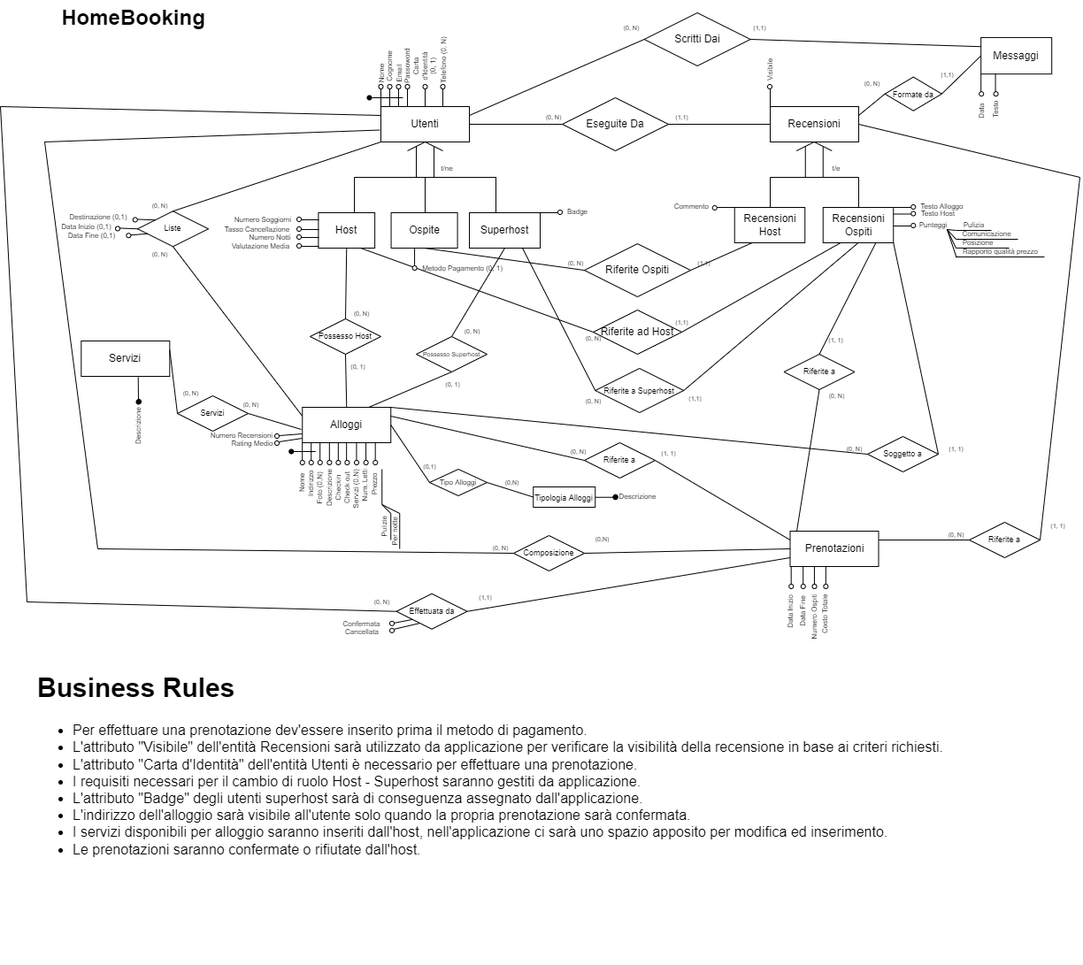
Before: HomeBooking.drawio.png, a diagram exported from draw.io (Giacca01/HomeBooking). Source tidied: cells renumbered, new cells last; positions are measured from the earlier drawing's top-left corner, leaving out a move shared by most shapes.
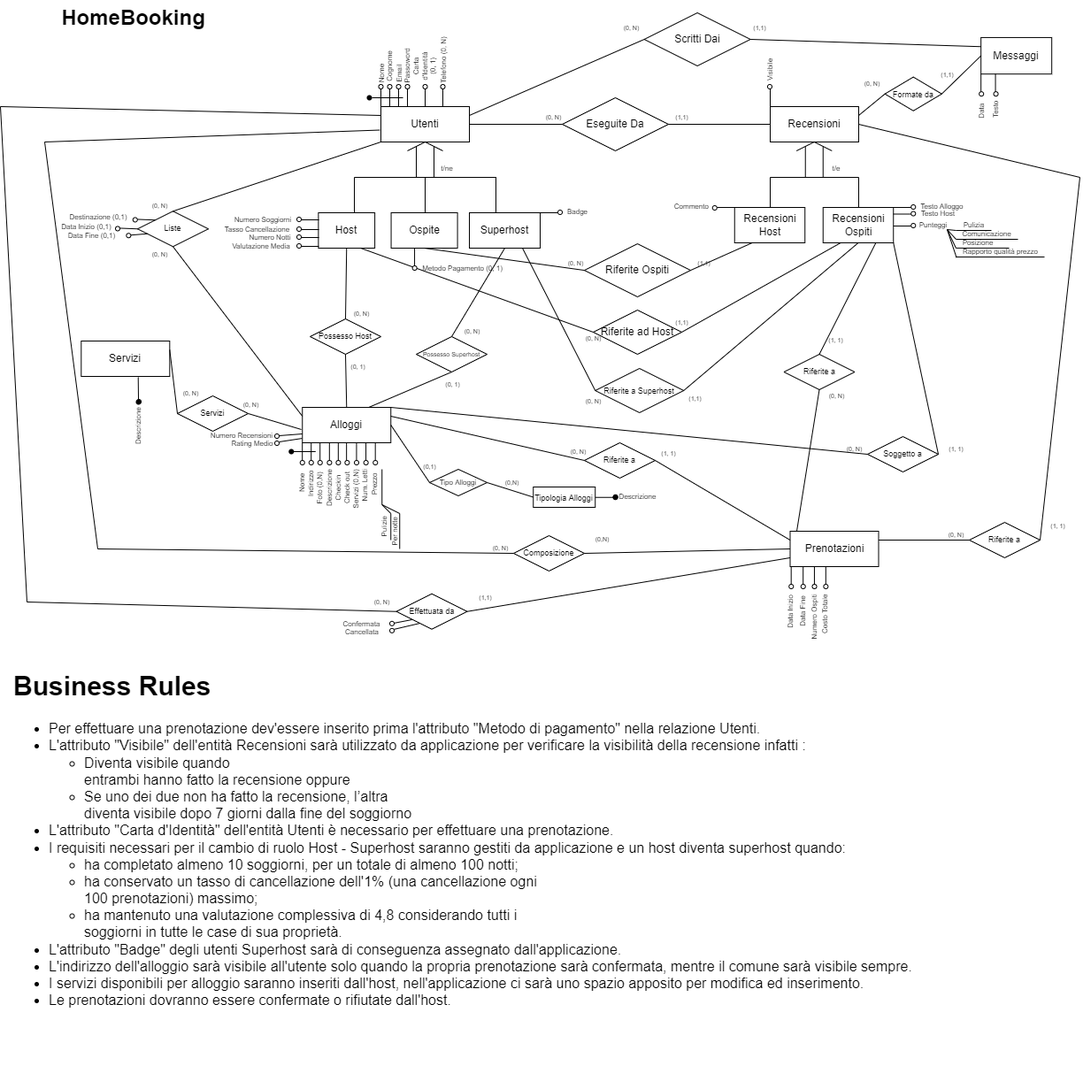
Above is the later version.

What changed in the source:
```diff
@@ -998,8 +998,8 @@
         <mxPoint x="672.6" y="561.8" as="sourcePoint" />
       </mxGeometry>
     </mxCell>
-    <mxCell id="263" value="&lt;h1&gt;Business Rules&lt;/h1&gt;&lt;p&gt;&lt;/p&gt;&lt;ul style=&quot;font-size: 16px&quot;&gt;&lt;li&gt;Per effettuare una prenotazione dev'essere inserito prima il metodo di pagamento.&lt;/li&gt;&lt;li&gt;L'attributo &quot;Visibile&quot; dell'entità Recensioni sarà utilizzato da applicazione per verificare la visibilità della recensione in base ai criteri richiesti.&lt;/li&gt;&lt;li&gt;L'attributo &quot;Carta d'Identità&quot; dell'entità Utenti è necessario per effettuare una prenotazione.&lt;/li&gt;&lt;li&gt;I requisiti necessari per il cambio di ruolo Host - Superhost saranno gestiti da applicazione.&lt;/li&gt;&lt;li&gt;L'attributo &quot;Badge&quot; degli utenti superhost sarà di conseguenza assegnato dall'applicazione.&lt;/li&gt;&lt;li&gt;L'indirizzo dell'alloggio sarà visibile all'utente solo quando la propria prenotazione sarà confermata.&lt;/li&gt;&lt;li&gt;I servizi disponibili per alloggio saranno inseriti dall'host, nell'applicazione ci sarà uno spazio apposito per modifica ed inserimento.&lt;/li&gt;&lt;li&gt;Le prenotazioni saranno confermate o rifiutate dall'host.&lt;/li&gt;&lt;/ul&gt;&lt;p&gt;&lt;/p&gt;" style="text;html=1;strokeColor=none;fillColor=none;spacing=5;spacingTop=-20;whiteSpace=wrap;overflow=hidden;rounded=0;fontSize=15;" parent="1" vertex="1">
-      <mxGeometry x="36.9" y="750" width="1151.3" height="340" as="geometry" />
+    <mxCell id="263" value="&lt;h1&gt;Business Rules&lt;/h1&gt;&lt;p&gt;&lt;/p&gt;&lt;ul style=&quot;font-size: 16px&quot;&gt;&lt;li&gt;Per effettuare una prenotazione dev'essere inserito prima l'attributo &quot;Metodo di pagamento&quot; nella relazione Utenti.&lt;/li&gt;&lt;li&gt;L'attributo &quot;Visibile&quot; dell'entità Recensioni sarà utilizzato da applicazione per verificare la visibilità della recensione infatti :&lt;/li&gt;&lt;ul&gt;&lt;li&gt;Diventa visibile quando&lt;br/&gt;entrambi hanno fatto la recensione oppure&amp;nbsp;&lt;/li&gt;&lt;li&gt;Se uno dei due non ha fatto la recensione, l’altra&lt;br/&gt;diventa visibile dopo 7 giorni dalla fine del soggiorno&lt;br&gt;&lt;/li&gt;&lt;/ul&gt;&lt;li&gt;L'attributo &quot;Carta d'Identità&quot; dell'entità Utenti è necessario per effettuare una prenotazione.&lt;/li&gt;&lt;li&gt;I requisiti necessari per il cambio di ruolo Host - Superhost saranno gestiti da applicazione e un host diventa superhost quando:&lt;br&gt;&lt;/li&gt;&lt;ul&gt;&lt;li&gt;ha completato almeno 10 soggiorni, per un totale di almeno 100 notti;&lt;br&gt;&lt;/li&gt;&lt;li&gt;ha conservato un tasso di cancellazione dell'1% (una cancellazione ogni&lt;br/&gt;100 prenotazioni) massimo;&lt;br&gt;&lt;/li&gt;&lt;li&gt;ha mantenuto una valutazione complessiva di 4,8 considerando tutti i&lt;br/&gt;soggiorni in tutte le case di sua proprietà.&lt;br&gt;&lt;/li&gt;&lt;/ul&gt;&lt;li&gt;L'attributo &quot;Badge&quot; degli utenti Superhost sarà di conseguenza assegnato dall'applicazione.&lt;/li&gt;&lt;li&gt;L'indirizzo dell'alloggio sarà visibile all'utente solo quando la propria prenotazione sarà confermata, mentre il comune sarà visibile sempre.&lt;/li&gt;&lt;li&gt;I servizi disponibili per alloggio saranno inseriti dall'host, nell'applicazione ci sarà uno spazio apposito per modifica ed inserimento.&lt;/li&gt;&lt;li&gt;Le prenotazioni dovranno essere confermate o rifiutate dall'host.&lt;/li&gt;&lt;/ul&gt;&lt;p&gt;&lt;/p&gt;" style="text;html=1;strokeColor=none;fillColor=none;spacing=5;spacingTop=-20;whiteSpace=wrap;overflow=hidden;rounded=0;fontSize=15;" parent="1" vertex="1">
+      <mxGeometry x="10" y="748" width="1151.3" height="482" as="geometry" />
     </mxCell>
     <mxCell id="264" style="group;" parent="1" vertex="1">
       <mxGeometry x="822" y="425.8" width="87.2" height="309.1" as="geometry" />
```
